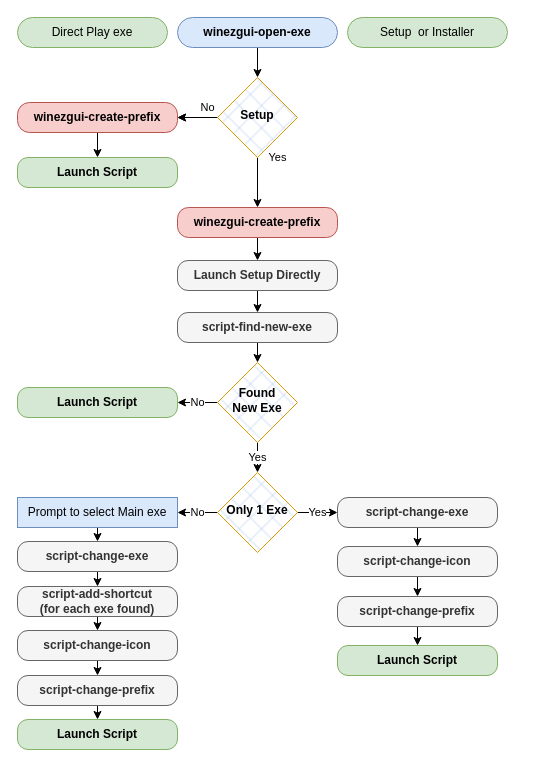
Above: flowcharts/winezgui-open-exe.drawio in fastrizwaan/WineZGUI (draw.io), before the change. Source tidied: cells renumbered, new cells numbered last; positions are measured from the earlier drawing's top-left corner, leaving out a move shared by most shapes. Both pictures are drawn from the tidied source at 100%, with x=0, y=0 at pixel (17, 17).
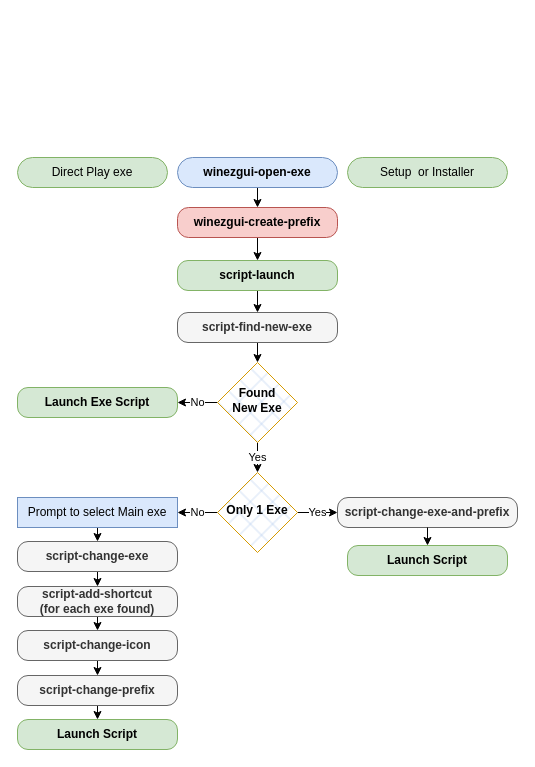
The same page after the edit.

Unchanged cells that the change refers to:
```xml
<mxCell id="10" value="&lt;b&gt;winezgui-create-prefix&lt;/b&gt;" style="rounded=1;whiteSpace=wrap;html=1;fontSize=12;glass=0;strokeWidth=1;shadow=0;arcSize=37;fillColor=#f8cecc;strokeColor=#b85450;" parent="1" vertex="1">
  <mxGeometry x="160" y="190" width="160" height="30" as="geometry" />
</mxCell>
```

What changed in the source:
```diff
@@
-    <mxCell id="2" style="edgeStyle=none;rounded=0;jettySize=auto;html=1;" parent="1" edge="1" source="3" target="7">
-      <mxGeometry relative="1" as="geometry" />
-    </mxCell>
+    <mxCell id="44" style="edgeStyle=none;rounded=0;jettySize=auto;html=1;fontFamily=Helvetica;entryX=0.5;entryY=0;entryDx=0;entryDy=0;" parent="1" edge="1" source="3" target="10">
+      <mxGeometry relative="1" as="geometry" />
+    </mxCell>
     <mxCell id="3" value="&lt;b&gt;winezgui-open-exe&lt;/b&gt;" style="rounded=1;whiteSpace=wrap;html=1;fontSize=12;glass=0;strokeWidth=1;shadow=0;fillColor=#dae8fc;strokeColor=#6c8ebf;arcSize=50;" parent="1" vertex="1">
-      <mxGeometry x="160" width="160" height="30" as="geometry" />
+      <mxGeometry x="160" y="140" width="160" height="30" as="geometry" />
     </mxCell>
-    <mxCell id="4" style="edgeStyle=orthogonalEdgeStyle;rounded=0;jettySize=auto;html=1;entryX=1;entryY=0.5;entryDx=0;entryDy=0;" parent="1" edge="1" source="7" target="14">
-      <mxGeometry relative="1" as="geometry" />
-    </mxCell>
-    <mxCell id="5" value="Yes" style="edgeStyle=none;rounded=0;jettySize=auto;html=1;exitX=0.5;exitY=1;exitDx=0;exitDy=0;entryX=0.5;entryY=0;entryDx=0;entryDy=0;" parent="1" edge="1" source="7" target="10">
-      <mxGeometry x="-1" y="20" relative="1" as="geometry" />
-    </mxCell>
-    <mxCell id="6" value="&lt;font face=&quot;Helvetica&quot;&gt;No&lt;/font&gt;" style="edgeStyle=none;rounded=0;jettySize=auto;html=1;fontFamily=Times New Roman;" parent="1" edge="1" source="7" target="14">
-      <mxGeometry x="-0.5" y="-10" relative="1" as="geometry" />
-    </mxCell>
-    <mxCell id="7" value="&lt;b&gt;Setup&lt;/b&gt;" style="rhombus;whiteSpace=wrap;html=1;shadow=0;fontFamily=Helvetica;fontSize=12;align=center;strokeWidth=1;spacing=6;spacingTop=-4;fillColor=#A9C4EB;strokeColor=#d79b00;gradientColor=none;fillStyle=cross-hatch;" parent="1" vertex="1">
-      <mxGeometry x="200" y="60" width="80" height="80" as="geometry" />
-    </mxCell>
-    <mxCell id="8" value="&lt;b&gt;Launch Script&lt;/b&gt;" style="rounded=1;whiteSpace=wrap;html=1;fontSize=12;glass=0;strokeWidth=1;shadow=0;arcSize=35;fillColor=#d5e8d4;strokeColor=#82b366;" parent="1" vertex="1">
-      <mxGeometry y="140" width="160" height="30" as="geometry" />
-    </mxCell>
@@
-    <mxCell id="12" value="&lt;b&gt;Launch Setup Directly&lt;/b&gt;" style="rounded=1;whiteSpace=wrap;html=1;fontSize=12;glass=0;strokeWidth=1;shadow=0;arcSize=35;fillColor=#f5f5f5;strokeColor=#666666;fontColor=#333333;" parent="1" vertex="1">
+    <mxCell id="12" value="&lt;b&gt;script-launch&lt;/b&gt;" style="rounded=1;whiteSpace=wrap;html=1;fontSize=12;glass=0;strokeWidth=1;shadow=0;arcSize=35;fillColor=#d5e8d4;strokeColor=#82b366;fontColor=default;" parent="1" vertex="1">
       <mxGeometry x="160" y="243" width="160" height="30" as="geometry" />
     </mxCell>
-    <mxCell id="13" style="edgeStyle=none;rounded=0;jettySize=auto;html=1;" parent="1" edge="1" source="14" target="8">
-      <mxGeometry relative="1" as="geometry" />
+    <mxCell id="13" style="edgeStyle=none;rounded=0;orthogonalLoop=1;jettySize=auto;html=1;" parent="1" edge="1">
+      <mxGeometry relative="1" as="geometry">
+        <mxPoint x="70" y="255" as="sourcePoint" />
+      </mxGeometry>
     </mxCell>
-    <mxCell id="14" value="&lt;b&gt;winezgui-create-prefix&lt;/b&gt;" style="rounded=1;whiteSpace=wrap;html=1;fontSize=12;glass=0;strokeWidth=1;shadow=0;arcSize=40;fillColor=#f8cecc;strokeColor=#b85450;" parent="1" vertex="1">
-      <mxGeometry y="85" width="160" height="30" as="geometry" />
-    </mxCell>
     <mxCell id="15" value="&lt;span style=&quot;&quot;&gt;Direct Play exe&lt;/span&gt;" style="rounded=1;whiteSpace=wrap;html=1;fontSize=12;glass=0;strokeWidth=1;shadow=0;fillColor=#d5e8d4;strokeColor=#82b366;arcSize=50;" parent="1" vertex="1">
-      <mxGeometry width="150" height="30" as="geometry" />
+      <mxGeometry y="140" width="150" height="30" as="geometry" />
     </mxCell>
     <mxCell id="16" value="&lt;span style=&quot;&quot;&gt;Setup&amp;nbsp; or Installer&lt;/span&gt;" style="rounded=1;whiteSpace=wrap;html=1;fontSize=12;glass=0;strokeWidth=1;shadow=0;fillColor=#d5e8d4;strokeColor=#82b366;arcSize=50;" parent="1" vertex="1">
-      <mxGeometry x="330" width="160" height="30" as="geometry" />
+      <mxGeometry x="330" y="140" width="160" height="30" as="geometry" />
     </mxCell>
@@
-    <mxCell id="25" style="edgeStyle=none;rounded=0;jettySize=auto;html=1;" parent="1" edge="1" source="26" target="28">
-      <mxGeometry relative="1" as="geometry" />
-    </mxCell>
-    <mxCell id="26" value="&lt;b style=&quot;text-align: left;&quot;&gt;script-change-exe&lt;/b&gt;" style="rounded=1;whiteSpace=wrap;html=1;fontSize=12;glass=0;strokeWidth=1;shadow=0;arcSize=35;fillColor=#f5f5f5;strokeColor=#666666;fontColor=#333333;flipH=0;flipV=1;" parent="1" vertex="1">
-      <mxGeometry x="320" y="480" width="160" height="30" as="geometry" />
+    <mxCell id="26" value="&lt;div style=&quot;text-align: left;&quot;&gt;&lt;span style=&quot;background-color: initial;&quot;&gt;&lt;b&gt;script-change-exe-and-prefix&lt;/b&gt;&lt;/span&gt;&lt;/div&gt;" style="rounded=1;whiteSpace=wrap;html=1;fontSize=12;glass=0;strokeWidth=1;shadow=0;arcSize=35;fillColor=#f5f5f5;strokeColor=#666666;fontColor=#333333;flipH=0;flipV=1;" parent="1" vertex="1">
+      <mxGeometry x="320" y="480" width="180" height="30" as="geometry" />
     </mxCell>
-    <mxCell id="27" style="edgeStyle=none;rounded=0;jettySize=auto;html=1;" parent="1" edge="1" source="28" target="30">
-      <mxGeometry relative="1" as="geometry" />
-    </mxCell>
-    <mxCell id="28" value="&lt;b style=&quot;text-align: left;&quot;&gt;script-change-icon&lt;/b&gt;" style="rounded=1;whiteSpace=wrap;html=1;fontSize=12;glass=0;strokeWidth=1;shadow=0;arcSize=35;fillColor=#f5f5f5;strokeColor=#666666;fontColor=#333333;flipH=0;flipV=1;" parent="1" vertex="1">
-      <mxGeometry x="320" y="529" width="160" height="30" as="geometry" />
-    </mxCell>
-    <mxCell id="29" style="edgeStyle=none;rounded=0;jettySize=auto;html=1;" parent="1" edge="1" source="30" target="43">
+    <mxCell id="29" style="edgeStyle=none;rounded=0;jettySize=auto;html=1;exitX=0.5;exitY=1;exitDx=0;exitDy=0;" parent="1" edge="1" source="26" target="43">
       <mxGeometry relative="1" as="geometry" />
     </mxCell>
-    <mxCell id="30" value="&lt;b style=&quot;text-align: left;&quot;&gt;script-change-prefix&lt;/b&gt;" style="rounded=1;whiteSpace=wrap;html=1;fontSize=12;glass=0;strokeWidth=1;shadow=0;arcSize=35;fillColor=#f5f5f5;strokeColor=#666666;fontColor=#333333;flipH=0;flipV=1;" parent="1" vertex="1">
-      <mxGeometry x="320" y="579" width="160" height="30" as="geometry" />
-    </mxCell>
-    <mxCell id="31" value="&lt;b&gt;Launch Script&lt;/b&gt;" style="rounded=1;whiteSpace=wrap;html=1;fontSize=12;glass=0;strokeWidth=1;shadow=0;arcSize=35;fillColor=#d5e8d4;strokeColor=#82b366;" parent="1" vertex="1">
+    <mxCell id="31" value="&lt;b&gt;Launch Exe Script&lt;/b&gt;" style="rounded=1;whiteSpace=wrap;html=1;fontSize=12;glass=0;strokeWidth=1;shadow=0;arcSize=35;fillColor=#d5e8d4;strokeColor=#82b366;" parent="1" vertex="1">
       <mxGeometry y="370" width="160" height="30" as="geometry" />
     </mxCell>
@@
     <mxCell id="43" value="&lt;b&gt;Launch Script&lt;/b&gt;" style="rounded=1;whiteSpace=wrap;html=1;fontSize=12;glass=0;strokeWidth=1;shadow=0;arcSize=35;fillColor=#d5e8d4;strokeColor=#82b366;flipH=0;flipV=1;" parent="1" vertex="1">
-      <mxGeometry x="320" y="628" width="160" height="30" as="geometry" />
+      <mxGeometry x="330" y="528" width="160" height="30" as="geometry" />
     </mxCell>
```
